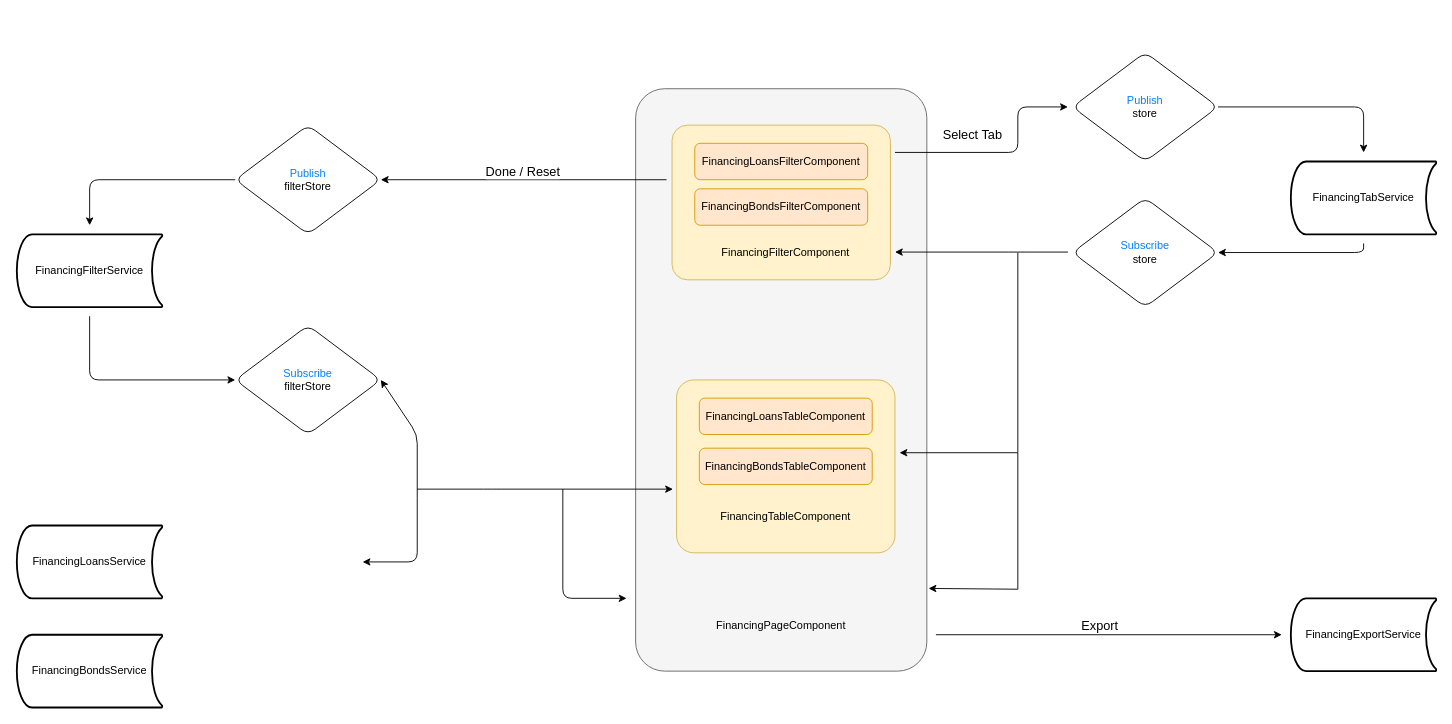
Before: Financing-page.drawio in YeShengdong/diagrams, a draw.io diagram. Source tidied: cells renumbered, new cells numbered last; positions are measured from the earlier drawing's top-left corner, leaving out a move shared by most shapes. Both pictures are drawn from the tidied source at 91%, with x=0, y=0 at pixel (16, 52).
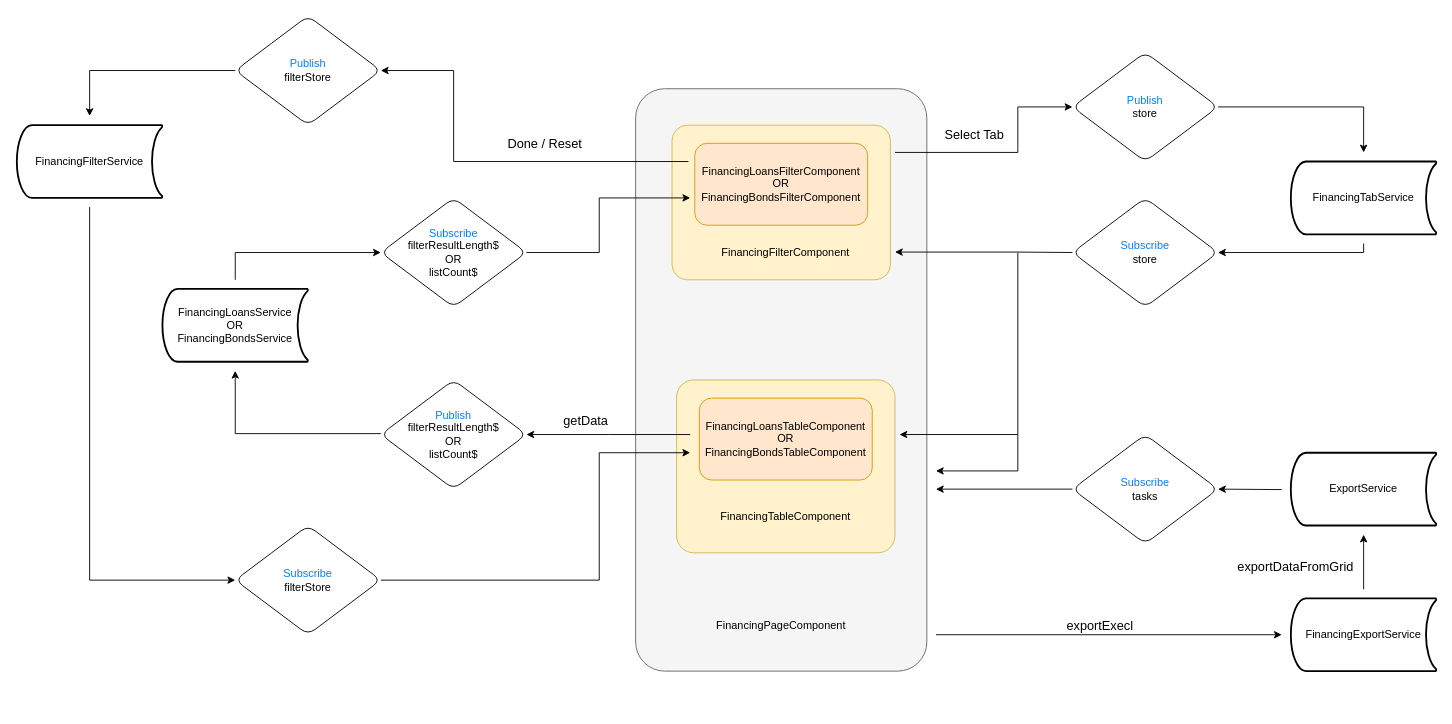
Above is the later version.

The change refers to these unchanged cells:
```xml
<mxCell id="2" value="&lt;p style=&quot;line-height: 1;&quot;&gt;&lt;br&gt;&lt;/p&gt;" style="rounded=1;arcSize=10;html=1;align=center;whiteSpace=wrap;fillStyle=auto;glass=0;fillColor=#f5f5f5;strokeColor=#666666;fontColor=#333333;" parent="1" vertex="1">
  <mxGeometry x="680" y="40" width="320" height="640" as="geometry" />
</mxCell>
```

Diff of the diagram source:
```diff
@@
     <mxCell id="3" value="&lt;font color=&quot;#007fff&quot;&gt;Subscribe&lt;/font&gt;&lt;br&gt;filterStore" style="shape=rhombus;perimeter=rhombusPerimeter;whiteSpace=wrap;html=1;align=center;rounded=1;" parent="1" vertex="1">
-      <mxGeometry x="240" y="300" width="160" height="120" as="geometry" />
+      <mxGeometry x="240" y="520" width="160" height="120" as="geometry" />
     </mxCell>
-    <mxCell id="4" value="FinancingPageComponent" style="text;html=1;strokeColor=none;fillColor=none;align=center;verticalAlign=middle;whiteSpace=wrap;rounded=1;glass=0;fillStyle=auto;" parent="1" vertex="1">
+    <mxCell id="4" value="FinancingPageComponent" style="text;html=1;strokeColor=none;fillColor=none;align=center;verticalAlign=middle;whiteSpace=wrap;rounded=0;glass=0;fillStyle=auto;" parent="1" vertex="1">
       <mxGeometry x="760" y="610" width="160" height="40" as="geometry" />
     </mxCell>
-    <mxCell id="5" style="rounded=1;arcSize=10;whiteSpace=wrap;html=1;align=center;fillColor=#fff2cc;strokeColor=#d6b656;" parent="1" vertex="1">
+    <mxCell id="5" style="rounded=1;arcSize=10;whiteSpace=wrap;html=1;align=center;fillColor=#fff2cc;strokeColor=#d6b656;gradientColor=none;" parent="1" vertex="1">
       <mxGeometry x="720" y="80" width="240" height="170" as="geometry" />
     </mxCell>
-    <mxCell id="6" value="FinancingFilterComponent" style="text;html=1;strokeColor=none;fillColor=none;align=center;verticalAlign=middle;whiteSpace=wrap;rounded=1;glass=0;fillStyle=auto;" parent="1" vertex="1">
+    <mxCell id="6" value="FinancingFilterComponent" style="text;html=1;strokeColor=none;fillColor=none;align=center;verticalAlign=middle;whiteSpace=wrap;rounded=0;glass=0;fillStyle=auto;" parent="1" vertex="1">
       <mxGeometry x="765" y="200" width="160" height="40" as="geometry" />
     </mxCell>
@@
-    <mxCell id="8" value="FinancingFilterService" style="strokeWidth=2;html=1;shape=mxgraph.flowchart.stored_data;whiteSpace=wrap;glass=0;fillStyle=auto;strokeColor=default;fillColor=none;gradientColor=none;rounded=1;" parent="1" vertex="1">
-      <mxGeometry y="200" width="160" height="80" as="geometry" />
+    <mxCell id="8" value="FinancingFilterService" style="strokeWidth=2;html=1;shape=mxgraph.flowchart.stored_data;whiteSpace=wrap;glass=0;fillStyle=auto;strokeColor=default;fillColor=none;gradientColor=none;rounded=0;" parent="1" vertex="1">
+      <mxGeometry y="80" width="160" height="80" as="geometry" />
     </mxCell>
     <mxCell id="9" value="&lt;font color=&quot;#007fff&quot;&gt;Publish&lt;/font&gt;&lt;br&gt;filterStore" style="shape=rhombus;perimeter=rhombusPerimeter;whiteSpace=wrap;html=1;align=center;rounded=1;" parent="1" vertex="1">
-      <mxGeometry x="240" y="80" width="160" height="120" as="geometry" />
+      <mxGeometry x="240" y="-40" width="160" height="120" as="geometry" />
     </mxCell>
-    <mxCell id="10" value="FinancingExportService" style="strokeWidth=2;html=1;shape=mxgraph.flowchart.stored_data;whiteSpace=wrap;glass=0;fillStyle=auto;strokeColor=default;fillColor=none;gradientColor=none;rounded=1;" parent="1" vertex="1">
+    <mxCell id="10" value="FinancingExportService" style="strokeWidth=2;html=1;shape=mxgraph.flowchart.stored_data;whiteSpace=wrap;glass=0;fillStyle=auto;strokeColor=default;fillColor=none;gradientColor=none;rounded=0;" parent="1" vertex="1">
       <mxGeometry x="1400" y="600" width="160" height="80" as="geometry" />
     </mxCell>
-    <mxCell id="11" style="endArrow=classic;html=1;rounded=1;strokeColor=default;fontColor=#3399FF;" parent="1" edge="1">
+    <mxCell id="11" style="endArrow=classic;html=1;rounded=0;strokeColor=default;fontColor=#3399FF;" parent="1" edge="1">
       <mxGeometry relative="1" as="geometry">
-        <mxPoint x="714" y="140" as="sourcePoint" />
-        <mxPoint x="400" y="140" as="targetPoint" />
+        <mxPoint x="738" y="120" as="sourcePoint" />
+        <mxPoint x="400" y="20" as="targetPoint" />
+        <Array as="points">
+          <mxPoint x="480" y="120" />
+          <mxPoint x="480" y="20" />
+        </Array>
       </mxGeometry>
     </mxCell>
-    <mxCell id="12" value="Done / Reset" style="edgeLabel;html=1;align=center;verticalAlign=middle;fontSize=14;rounded=1;" parent="11" vertex="1">
+    <mxCell id="12" value="Done / Reset" style="edgeLabel;html=1;align=center;verticalAlign=middle;fontSize=14;rounded=0;" parent="11" vertex="1">
       <mxGeometry x="0.1" y="3" relative="1" as="geometry">
-        <mxPoint x="14" y="-13" as="offset" />
+        <mxPoint x="82" y="-23" as="offset" />
       </mxGeometry>
     </mxCell>
-    <mxCell id="13" style="endArrow=classic;html=1;rounded=1;fontSize=11;startSize=6;endSize=6;" parent="1" edge="1">
+    <mxCell id="13" style="endArrow=classic;html=1;rounded=0;fontSize=11;startSize=6;endSize=6;" parent="1" edge="1">
       <mxGeometry relative="1" as="geometry">
-        <mxPoint x="240" y="140" as="sourcePoint" />
-        <mxPoint x="80" y="190" as="targetPoint" />
+        <mxPoint x="240" y="20" as="sourcePoint" />
+        <mxPoint x="80" y="70" as="targetPoint" />
         <Array as="points">
-          <mxPoint x="80" y="140" />
+          <mxPoint x="80" y="20" />
         </Array>
       </mxGeometry>
     </mxCell>
-    <mxCell id="14" style="endArrow=classic;html=1;rounded=1;fontSize=11;startSize=6;endSize=6;entryX=0;entryY=0.5;entryDx=0;entryDy=0;" parent="1" edge="1" target="3">
-      <mxGeometry relative="1" as="geometry">
-        <mxPoint x="80" y="290" as="sourcePoint" />
-        <Array as="points">
-          <mxPoint x="80" y="360" />
-        </Array>
-      </mxGeometry>
-    </mxCell>
-    <mxCell id="15" style="endArrow=classic;html=1;rounded=1;fontSize=11;startSize=6;endSize=6;targetPerimeterSpacing=6;sourcePerimeterSpacing=6;startArrow=none;startFill=0;jumpStyle=none;sketch=0;" parent="1" edge="1">
+    <mxCell id="15" style="endArrow=none;html=1;rounded=0;fontSize=11;startSize=6;endSize=6;targetPerimeterSpacing=6;sourcePerimeterSpacing=6;startArrow=classic;startFill=1;jumpStyle=none;endFill=0;" parent="1" edge="1">
       <mxGeometry relative="1" as="geometry">
-        <mxPoint x="440" y="480" as="sourcePoint" />
-        <mxPoint x="721" y="480" as="targetPoint" />
+        <mxPoint x="560" y="420" as="sourcePoint" />
+        <mxPoint x="740" y="420" as="targetPoint" />
         <Array as="points">
-          <mxPoint x="523" y="480" />
+          <mxPoint x="650" y="420" />
         </Array>
       </mxGeometry>
     </mxCell>
-    <mxCell id="16" style="endArrow=classic;html=1;rounded=1;fontSize=11;startSize=6;endSize=6;" parent="1" edge="1">
+    <mxCell id="16" style="endArrow=classic;html=1;rounded=0;fontSize=11;startSize=6;endSize=6;" parent="1" edge="1">
       <mxGeometry relative="1" as="geometry">
-        <mxPoint x="600" y="480" as="sourcePoint" />
-        <mxPoint x="670" y="600" as="targetPoint" />
+        <mxPoint x="80" y="170" as="sourcePoint" />
+        <mxPoint x="240" y="580" as="targetPoint" />
         <Array as="points">
-          <mxPoint x="600" y="600" />
+          <mxPoint x="80" y="580" />
         </Array>
       </mxGeometry>
     </mxCell>
-    <mxCell id="17" style="endArrow=classic;startArrow=classic;html=1;rounded=1;sketch=0;fontSize=11;startSize=6;endSize=6;sourcePerimeterSpacing=6;targetPerimeterSpacing=6;jumpStyle=none;exitX=1;exitY=0.5;exitDx=0;exitDy=0;entryX=1;entryY=0.5;entryDx=0;entryDy=0;" parent="1" edge="1" target="3">
-      <mxGeometry relative="1" as="geometry">
-        <mxPoint x="380" y="560" as="sourcePoint" />
-        <Array as="points">
-          <mxPoint x="440" y="560" />
-          <mxPoint x="440" y="480" />
-          <mxPoint x="440" y="420" />
-        </Array>
-      </mxGeometry>
-    </mxCell>
-    <mxCell id="18" style="endArrow=classic;html=1;rounded=1;sketch=0;fontSize=14;fontColor=#3399FF;startSize=6;endSize=6;sourcePerimeterSpacing=6;targetPerimeterSpacing=6;jumpStyle=none;" parent="1" edge="1">
+    <mxCell id="18" style="endArrow=classic;html=1;rounded=0;fontSize=14;fontColor=#3399FF;startSize=6;endSize=6;sourcePerimeterSpacing=6;targetPerimeterSpacing=6;jumpStyle=none;" parent="1" edge="1">
       <mxGeometry relative="1" as="geometry">
         <mxPoint x="1010" y="640" as="sourcePoint" />
         <mxPoint x="1390" y="640" as="targetPoint" />
       </mxGeometry>
     </mxCell>
-    <mxCell id="19" value="Export" style="text;html=1;align=center;verticalAlign=middle;strokeColor=none;fillColor=none;fontSize=14;fontColor=#000000;rounded=1;" parent="1" vertex="1">
-      <mxGeometry x="1160" y="615" width="60" height="30" as="geometry" />
+    <mxCell id="19" value="exportExecl" style="text;html=1;align=center;verticalAlign=middle;strokeColor=none;fillColor=none;fontSize=14;fontColor=#000000;rounded=0;" parent="1" vertex="1">
+      <mxGeometry x="1140" y="615" width="100" height="30" as="geometry" />
     </mxCell>
-    <mxCell id="20" value="FinancingTableComponent" style="text;html=1;strokeColor=none;fillColor=none;align=center;verticalAlign=middle;whiteSpace=wrap;rounded=1;glass=0;fillStyle=auto;" parent="1" vertex="1">
+    <mxCell id="20" value="FinancingTableComponent" style="text;html=1;strokeColor=none;fillColor=none;align=center;verticalAlign=middle;whiteSpace=wrap;rounded=0;glass=0;fillStyle=auto;" parent="1" vertex="1">
       <mxGeometry x="765" y="490" width="160" height="40" as="geometry" />
     </mxCell>
-    <mxCell id="21" value="FinancingLoansTableComponent" style="rounded=1;whiteSpace=wrap;html=1;fillColor=#ffe6cc;strokeColor=#d79b00;" parent="1" vertex="1">
-      <mxGeometry x="750" y="380" width="190" height="40" as="geometry" />
+    <mxCell id="21" value="FinancingLoansTableComponent&lt;br&gt;OR&lt;br&gt;FinancingBondsTableComponent" style="rounded=1;whiteSpace=wrap;html=1;fillColor=#ffe6cc;strokeColor=#d79b00;" parent="1" vertex="1">
+      <mxGeometry x="750" y="380" width="190" height="90" as="geometry" />
     </mxCell>
-    <mxCell id="22" value="FinancingBondsTableComponent" style="rounded=1;whiteSpace=wrap;html=1;fillColor=#ffe6cc;strokeColor=#d79b00;" parent="1" vertex="1">
-      <mxGeometry x="750" y="435" width="190" height="40" as="geometry" />
-    </mxCell>
-    <mxCell id="23" value="FinancingLoansFilterComponent" style="rounded=1;whiteSpace=wrap;html=1;fillColor=#ffe6cc;strokeColor=#d79b00;" parent="1" vertex="1">
-      <mxGeometry x="745" y="100" width="190" height="40" as="geometry" />
+    <mxCell id="23" value="FinancingLoansFilterComponent&lt;br&gt;OR&lt;br&gt;FinancingBondsFilterComponent" style="rounded=1;whiteSpace=wrap;html=1;fillColor=#ffe6cc;strokeColor=#d79b00;" parent="1" vertex="1">
+      <mxGeometry x="745" y="100" width="190" height="90" as="geometry" />
     </mxCell>
-    <mxCell id="24" value="FinancingBondsFilterComponent" style="rounded=1;whiteSpace=wrap;html=1;fillColor=#ffe6cc;strokeColor=#d79b00;" parent="1" vertex="1">
-      <mxGeometry x="745" y="150" width="190" height="40" as="geometry" />
-    </mxCell>
-    <mxCell id="25" value="FinancingLoansService" style="strokeWidth=2;html=1;shape=mxgraph.flowchart.stored_data;whiteSpace=wrap;glass=0;fillStyle=auto;strokeColor=default;fillColor=none;gradientColor=none;rounded=1;" parent="1" vertex="1">
-      <mxGeometry y="520" width="160" height="80" as="geometry" />
-    </mxCell>
-    <mxCell id="26" value="FinancingBondsService" style="strokeWidth=2;html=1;shape=mxgraph.flowchart.stored_data;whiteSpace=wrap;glass=0;fillStyle=auto;strokeColor=default;fillColor=none;gradientColor=none;rounded=1;" parent="1" vertex="1">
-      <mxGeometry y="640" width="160" height="80" as="geometry" />
+    <mxCell id="26" value="FinancingLoansService&lt;br&gt;OR&lt;br&gt;FinancingBondsService" style="strokeWidth=2;html=1;shape=mxgraph.flowchart.stored_data;whiteSpace=wrap;glass=0;fillStyle=auto;strokeColor=default;fillColor=none;gradientColor=none;rounded=0;" parent="1" vertex="1">
+      <mxGeometry x="160" y="260" width="160" height="80" as="geometry" />
     </mxCell>
-    <mxCell id="27" value="FinancingTabService" style="strokeWidth=2;html=1;shape=mxgraph.flowchart.stored_data;whiteSpace=wrap;glass=0;fillStyle=auto;strokeColor=default;fillColor=none;gradientColor=none;rounded=1;" parent="1" vertex="1">
+    <mxCell id="27" value="FinancingTabService" style="strokeWidth=2;html=1;shape=mxgraph.flowchart.stored_data;whiteSpace=wrap;glass=0;fillStyle=auto;strokeColor=default;fillColor=none;gradientColor=none;rounded=0;" parent="1" vertex="1">
       <mxGeometry x="1400" y="120" width="160" height="80" as="geometry" />
     </mxCell>
-    <mxCell id="28" style="endArrow=none;html=1;rounded=1;strokeColor=default;fontColor=#3399FF;startArrow=classic;startFill=1;endFill=0;exitX=0;exitY=0.5;exitDx=0;exitDy=0;" parent="1" edge="1">
+    <mxCell id="28" style="endArrow=none;html=1;rounded=0;strokeColor=default;fontColor=#3399FF;startArrow=classic;startFill=1;endFill=0;" parent="1" edge="1">
       <mxGeometry relative="1" as="geometry">
-        <mxPoint x="1155" y="60" as="sourcePoint" />
+        <mxPoint x="1160" y="60" as="sourcePoint" />
         <mxPoint x="965" y="110" as="targetPoint" />
         <Array as="points">
           <mxPoint x="1100" y="60" />
           <mxPoint x="1100" y="110" />
         </Array>
       </mxGeometry>
     </mxCell>
-    <mxCell id="29" value="Select Tab" style="edgeLabel;html=1;align=center;verticalAlign=middle;fontSize=14;rounded=1;" parent="28" vertex="1">
+    <mxCell id="29" value="Select Tab" style="edgeLabel;html=1;align=center;verticalAlign=middle;fontSize=14;rounded=0;" parent="28" vertex="1">
       <mxGeometry x="0.1" y="3" relative="1" as="geometry">
         <mxPoint x="-24" y="-23" as="offset" />
       </mxGeometry>
     </mxCell>
@@
-    <mxCell id="32" style="endArrow=classic;html=1;rounded=1;strokeColor=default;fontColor=#3399FF;startArrow=none;startFill=0;endFill=1;exitX=0;exitY=0.5;exitDx=0;exitDy=0;" parent="1" edge="1">
+    <mxCell id="32" style="endArrow=classic;html=1;rounded=0;strokeColor=default;fontColor=#3399FF;startArrow=none;startFill=0;endFill=1;" parent="1" edge="1">
       <mxGeometry relative="1" as="geometry">
-        <mxPoint x="1155" y="219.5" as="sourcePoint" />
+        <mxPoint x="1160" y="220" as="sourcePoint" />
         <mxPoint x="965" y="219.5" as="targetPoint" />
         <Array as="points">
           <mxPoint x="1100" y="219.5" />
         </Array>
       </mxGeometry>
     </mxCell>
-    <mxCell id="33" style="endArrow=classic;html=1;rounded=1;strokeColor=default;fontColor=#3399FF;startArrow=none;startFill=0;endFill=1;" parent="1" edge="1">
+    <mxCell id="33" style="endArrow=classic;html=1;rounded=0;strokeColor=default;fontColor=#3399FF;startArrow=none;startFill=0;endFill=1;" parent="1" edge="1">
       <mxGeometry relative="1" as="geometry">
         <mxPoint x="1480" y="210" as="sourcePoint" />
         <mxPoint x="1320" y="220" as="targetPoint" />
         <Array as="points">
           <mxPoint x="1480" y="220" />
         </Array>
       </mxGeometry>
     </mxCell>
-    <mxCell id="34" style="endArrow=none;html=1;rounded=1;strokeColor=default;fontColor=#3399FF;startArrow=classic;startFill=1;endFill=0;" parent="1" edge="1">
+    <mxCell id="34" style="endArrow=none;html=1;rounded=0;strokeColor=default;fontColor=#3399FF;startArrow=classic;startFill=1;endFill=0;" parent="1" edge="1">
       <mxGeometry relative="1" as="geometry">
         <mxPoint x="1480" y="110" as="sourcePoint" />
         <mxPoint x="1320" y="60" as="targetPoint" />
         <Array as="points">
           <mxPoint x="1480" y="60" />
         </Array>
       </mxGeometry>
     </mxCell>
     <mxCell id="35" style="endArrow=classic;html=1;rounded=0;strokeColor=default;fontColor=#3399FF;startArrow=none;startFill=0;endFill=1;" parent="1" edge="1">
       <mxGeometry relative="1" as="geometry">
         <mxPoint x="1100" y="220" as="sourcePoint" />
-        <mxPoint x="970" y="440" as="targetPoint" />
+        <mxPoint x="970" y="420" as="targetPoint" />
         <Array as="points">
-          <mxPoint x="1100" y="440" />
+          <mxPoint x="1100" y="420" />
         </Array>
       </mxGeometry>
     </mxCell>
-    <mxCell id="36" style="endArrow=classic;html=1;rounded=0;strokeColor=default;fontColor=#3399FF;startArrow=none;startFill=0;endFill=1;entryX=1.006;entryY=0.858;entryDx=0;entryDy=0;entryPerimeter=0;" parent="1" edge="1" target="2">
+    <mxCell id="36" style="endArrow=classic;html=1;rounded=0;strokeColor=default;fontColor=#3399FF;startArrow=none;startFill=0;endFill=1;" parent="1" edge="1">
       <mxGeometry relative="1" as="geometry">
-        <mxPoint x="1100" y="440" as="sourcePoint" />
+        <mxPoint x="1100" y="420" as="sourcePoint" />
+        <mxPoint x="1010" y="460" as="targetPoint" />
         <Array as="points">
-          <mxPoint x="1100" y="590" />
+          <mxPoint x="1100" y="460" />
         </Array>
       </mxGeometry>
     </mxCell>
+    <mxCell id="37" value="&lt;font color=&quot;#007fff&quot;&gt;Subscribe&lt;/font&gt;&lt;br&gt;filterResultLength$&lt;br&gt;OR&lt;br&gt;listCount$" style="shape=rhombus;perimeter=rhombusPerimeter;whiteSpace=wrap;html=1;align=center;rounded=1;" parent="1" vertex="1">
+      <mxGeometry x="400" y="160" width="160" height="120" as="geometry" />
+    </mxCell>
+    <mxCell id="38" value="&lt;font color=&quot;#007fff&quot;&gt;Publish&lt;/font&gt;&lt;br&gt;filterResultLength$&lt;br&gt;OR&lt;br&gt;listCount$" style="shape=rhombus;perimeter=rhombusPerimeter;whiteSpace=wrap;html=1;align=center;rounded=1;" parent="1" vertex="1">
+      <mxGeometry x="400" y="360" width="160" height="120" as="geometry" />
+    </mxCell>
+    <mxCell id="39" value="getData" style="text;html=1;align=center;verticalAlign=middle;strokeColor=none;fillColor=none;strokeWidth=1;fontSize=14;rounded=0;" parent="1" vertex="1">
+      <mxGeometry x="590" y="390" width="70" height="30" as="geometry" />
+    </mxCell>
+    <mxCell id="40" style="endArrow=classic;html=1;rounded=0;fontSize=11;startSize=6;endSize=6;targetPerimeterSpacing=6;sourcePerimeterSpacing=6;startArrow=none;startFill=0;jumpStyle=none;endFill=1;" parent="1" edge="1">
+      <mxGeometry relative="1" as="geometry">
+        <mxPoint x="400" y="580" as="sourcePoint" />
+        <mxPoint x="740" y="440" as="targetPoint" />
+        <Array as="points">
+          <mxPoint x="640" y="580" />
+          <mxPoint x="640" y="440" />
+        </Array>
+      </mxGeometry>
+    </mxCell>
+    <mxCell id="41" style="endArrow=none;html=1;rounded=0;fontSize=11;startSize=6;endSize=6;targetPerimeterSpacing=6;sourcePerimeterSpacing=6;startArrow=classic;startFill=1;jumpStyle=none;endFill=0;" parent="1" edge="1">
+      <mxGeometry relative="1" as="geometry">
+        <mxPoint x="240" y="350" as="sourcePoint" />
+        <mxPoint x="400" y="419" as="targetPoint" />
+        <Array as="points">
+          <mxPoint x="240" y="419" />
+        </Array>
+      </mxGeometry>
+    </mxCell>
+    <mxCell id="42" style="endArrow=classic;html=1;rounded=0;fontSize=11;startSize=6;endSize=6;targetPerimeterSpacing=6;sourcePerimeterSpacing=6;startArrow=none;startFill=0;jumpStyle=none;endFill=1;" parent="1" edge="1">
+      <mxGeometry relative="1" as="geometry">
+        <mxPoint x="240" y="250" as="sourcePoint" />
+        <mxPoint x="400" y="220" as="targetPoint" />
+        <Array as="points">
+          <mxPoint x="240" y="220" />
+        </Array>
+      </mxGeometry>
+    </mxCell>
+    <mxCell id="43" style="endArrow=classic;html=1;rounded=0;fontSize=11;startSize=6;endSize=6;targetPerimeterSpacing=6;sourcePerimeterSpacing=6;startArrow=none;startFill=0;jumpStyle=none;endFill=1;" parent="1" edge="1">
+      <mxGeometry relative="1" as="geometry">
+        <mxPoint x="560" y="220" as="sourcePoint" />
+        <mxPoint x="740" y="160" as="targetPoint" />
+        <Array as="points">
+          <mxPoint x="640" y="220" />
+          <mxPoint x="640" y="160" />
+        </Array>
+      </mxGeometry>
+    </mxCell>
+    <mxCell id="44" value="ExportService" style="strokeWidth=2;html=1;shape=mxgraph.flowchart.stored_data;whiteSpace=wrap;glass=0;fillStyle=auto;strokeColor=default;fillColor=none;gradientColor=none;rounded=0;" parent="1" vertex="1">
+      <mxGeometry x="1400" y="440" width="160" height="80" as="geometry" />
+    </mxCell>
+    <mxCell id="45" value="&lt;font color=&quot;#007fff&quot;&gt;Subscribe&lt;/font&gt;&lt;br&gt;tasks" style="shape=rhombus;perimeter=rhombusPerimeter;whiteSpace=wrap;html=1;align=center;rounded=1;" parent="1" vertex="1">
+      <mxGeometry x="1160" y="420" width="160" height="120" as="geometry" />
+    </mxCell>
+    <mxCell id="46" style="endArrow=none;html=1;rounded=0;fontSize=14;fontColor=#3399FF;startSize=6;endSize=6;sourcePerimeterSpacing=6;targetPerimeterSpacing=6;jumpStyle=none;startArrow=classic;startFill=1;endFill=0;" parent="1" edge="1">
+      <mxGeometry relative="1" as="geometry">
+        <mxPoint x="1010" y="480" as="sourcePoint" />
+        <mxPoint x="1160" y="480" as="targetPoint" />
+      </mxGeometry>
+    </mxCell>
+    <mxCell id="47" style="endArrow=none;html=1;rounded=0;fontSize=14;fontColor=#3399FF;startSize=6;endSize=6;sourcePerimeterSpacing=6;targetPerimeterSpacing=6;jumpStyle=none;startArrow=classic;startFill=1;endFill=0;exitX=1;exitY=0.5;exitDx=0;exitDy=0;" parent="1" edge="1" source="45">
+      <mxGeometry relative="1" as="geometry">
+        <mxPoint x="1390" y="480.5" as="targetPoint" />
+      </mxGeometry>
+    </mxCell>
+    <mxCell id="48" style="endArrow=none;html=1;rounded=0;fontSize=14;fontColor=#3399FF;startSize=6;endSize=6;sourcePerimeterSpacing=6;targetPerimeterSpacing=6;jumpStyle=none;startArrow=classic;startFill=1;endFill=0;" parent="1" edge="1">
+      <mxGeometry relative="1" as="geometry">
+        <mxPoint x="1480" y="530" as="sourcePoint" />
+        <mxPoint x="1480" y="590" as="targetPoint" />
+      </mxGeometry>
+    </mxCell>
+    <mxCell id="49" value="exportDataFromGrid" style="text;html=1;align=center;verticalAlign=middle;strokeColor=none;fillColor=none;fontSize=14;fontColor=#000000;rounded=0;" parent="1" vertex="1">
+      <mxGeometry x="1330" y="550" width="150" height="30" as="geometry" />
+    </mxCell>
```
